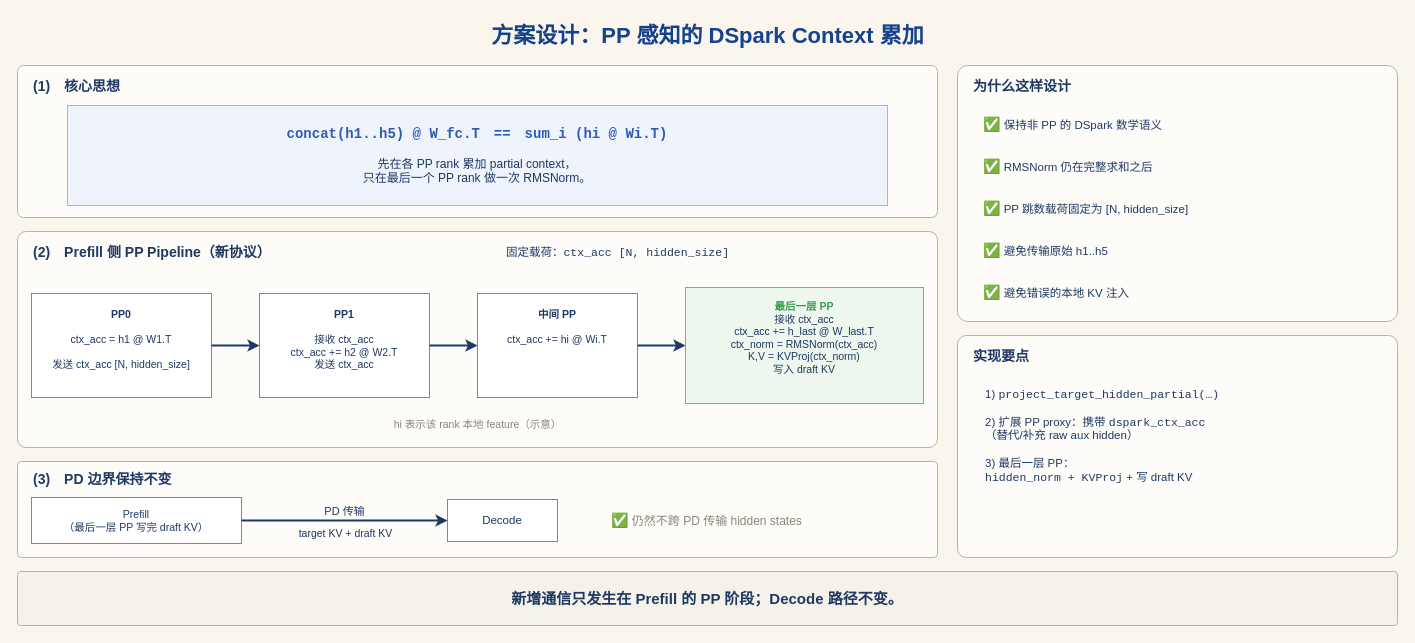
Earlier version of the draw.io diagram artifacts/dspark-pp-context-accumulation.drawio (learning-sketch/drawio-skill). Source tidied: cells renumbered, new cells numbered last; positions are measured from the earlier drawing's top-left corner, leaving out a move shared by most shapes. Both pictures are drawn from the tidied source at 100%, with x=0, y=0 at pixel (17, 17).
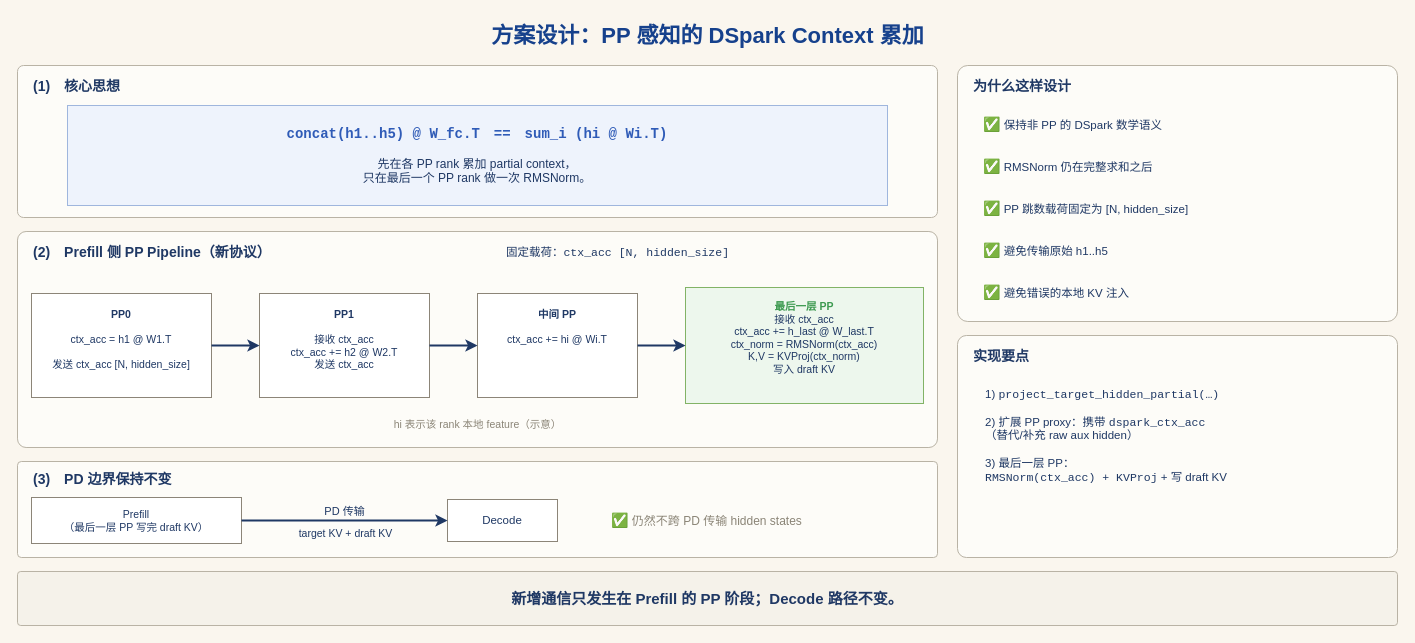
The same page after the edit.

Unchanged cells that the change refers to:
```xml
<mxCell id="31" style="rounded=1;arcSize=4;whiteSpace=wrap;html=1;fillColor=#fdfcf8;strokeColor=#b9b3a5;" parent="1" vertex="1">
  <mxGeometry x="940" y="318" width="440" height="222" as="geometry" />
</mxCell>
```

Change to the diagram source:
```diff
@@
-    <mxCell id="33" value="1)  &lt;font face=&quot;Courier New&quot;&gt;project_target_hidden_partial(…)&lt;/font&gt;&lt;br&gt;&lt;br&gt;2)  扩展 PP proxy：携带 &lt;font face=&quot;Courier New&quot;&gt;dspark_ctx_acc&lt;/font&gt;&lt;br&gt;     （替代/补充 raw aux hidden）&lt;br&gt;&lt;br&gt;3)  最后一层 PP：&lt;br&gt;     &lt;font face=&quot;Courier New&quot;&gt;hidden_norm + KVProj&lt;/font&gt; + 写 draft KV" style="text;html=1;align=left;verticalAlign=top;fontSize=11.5;fontColor=#1f3864;spacingLeft=16;spacingTop=4;whiteSpace=wrap;" parent="31" vertex="1">
+    <mxCell id="33" value="1)  &lt;font face=&quot;Courier New&quot;&gt;project_target_hidden_partial(…)&lt;/font&gt;&lt;br&gt;&lt;br&gt;2)  扩展 PP proxy：携带 &lt;font face=&quot;Courier New&quot;&gt;dspark_ctx_acc&lt;/font&gt;&lt;br&gt;     （替代/补充 raw aux hidden）&lt;br&gt;&lt;br&gt;3)  最后一层 PP：&lt;br&gt;     &lt;font face=&quot;Courier New&quot;&gt;RMSNorm(ctx_acc) + KVProj&lt;/font&gt; + 写 draft KV" style="text;html=1;align=left;verticalAlign=top;fontSize=11.5;fontColor=#1f3864;spacingLeft=16;spacingTop=4;whiteSpace=wrap;" parent="31" vertex="1">
       <mxGeometry x="10" y="42" width="420" height="168" as="geometry" />
     </mxCell>
```
